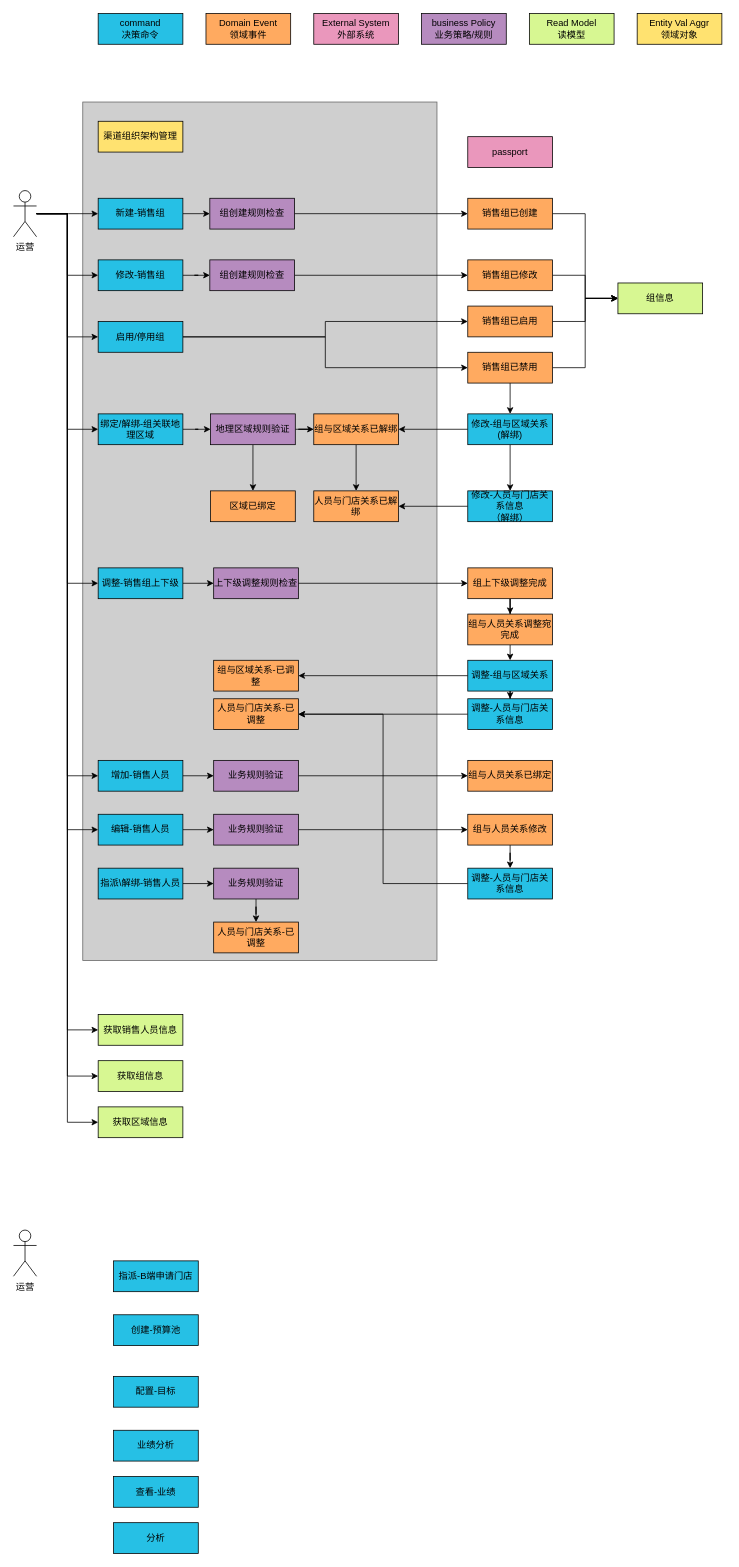
shixiaoding/draw keeps this draw.io diagram as 渠道-事件风暴_副本1.drawio. Above is the earlier version. Source tidied: cells renumbered, new cells numbered last; positions are measured from the earlier drawing's top-left corner, leaving out a move shared by most shapes. Both pictures are drawn from the tidied source at 77%, with x=0, y=0 at pixel (13, 13).
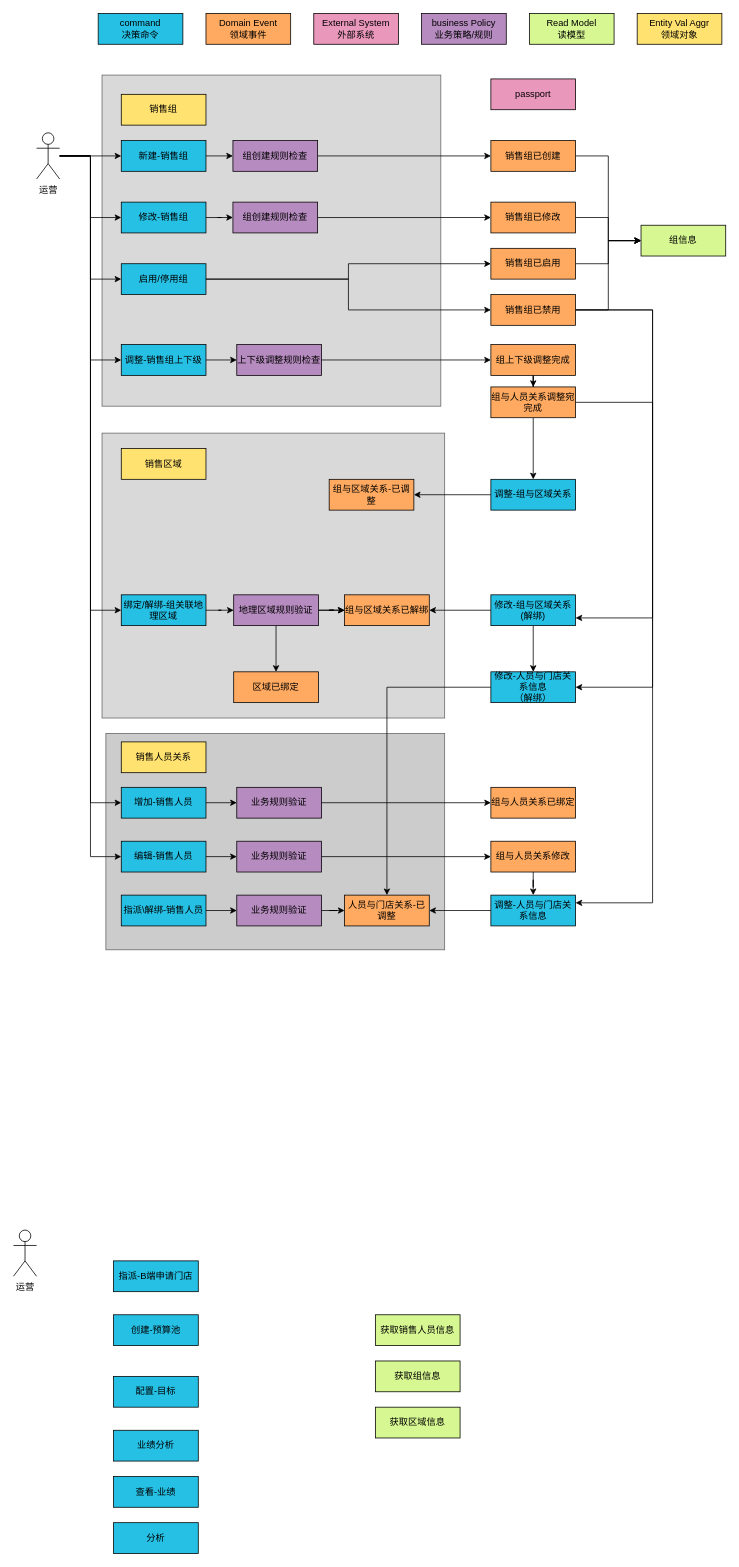
The same page after the edit.

Commit message:
更新渠道-事件风暴_副本1.drawio

What changed in the source:
```diff
@@
-    <mxCell id="2" style="rounded=0;whiteSpace=wrap;html=1;fillColor=#CFCFCF;fontColor=#333333;strokeColor=#666666;" parent="1" vertex="1">
-      <mxGeometry x="90" y="115" width="460" height="1115" as="geometry" />
-    </mxCell>
+    <mxCell id="100" style="rounded=0;whiteSpace=wrap;html=1;fillColor=#D9D9D9;fontColor=#333333;strokeColor=#666666;" parent="1" vertex="1">
+      <mxGeometry x="115" y="545" width="445" height="370" as="geometry" />
+    </mxCell>
+    <mxCell id="101" style="rounded=0;whiteSpace=wrap;html=1;fillColor=#D9D9D9;fontColor=#333333;strokeColor=#666666;" parent="1" vertex="1">
+      <mxGeometry x="115" y="80" width="440" height="430" as="geometry" />
+    </mxCell>
+    <mxCell id="102" style="rounded=0;whiteSpace=wrap;html=1;fillColor=#CCCCCC;fontColor=#333333;strokeColor=#666666;" parent="1" vertex="1">
+      <mxGeometry x="120" y="935" width="440" height="281" as="geometry" />
+    </mxCell>
@@
-    <mxCell id="16" style="edgeStyle=orthogonalEdgeStyle;rounded=0;jettySize=auto;html=1;entryX=0;entryY=0.5;entryDx=0;entryDy=0;" parent="1" edge="1" source="19" target="89">
-      <mxGeometry relative="1" as="geometry" />
-    </mxCell>
-    <mxCell id="17" style="edgeStyle=orthogonalEdgeStyle;rounded=0;jettySize=auto;html=1;entryX=0;entryY=0.5;entryDx=0;entryDy=0;" parent="1" edge="1" source="19" target="90">
-      <mxGeometry relative="1" as="geometry" />
-    </mxCell>
-    <mxCell id="18" style="edgeStyle=orthogonalEdgeStyle;rounded=0;jettySize=auto;html=1;entryX=0;entryY=0.5;entryDx=0;entryDy=0;" parent="1" edge="1" source="19" target="91">
-      <mxGeometry relative="1" as="geometry" />
-    </mxCell>
     <mxCell id="19" value="运营" style="shape=umlActor;verticalLabelPosition=bottom;verticalAlign=top;html=1;outlineConnect=0;" parent="1" vertex="1">
-      <mxGeometry y="230" width="30" height="60" as="geometry" />
+      <mxGeometry x="30" y="155" width="30" height="60" as="geometry" />
     </mxCell>
@@
     <mxCell id="21" value="新建-销售组" style="rounded=0;whiteSpace=wrap;html=1;fillColor=#26C0E5;" parent="1" vertex="1">
-      <mxGeometry x="110" y="240" width="110" height="40" as="geometry" />
+      <mxGeometry x="140" y="165" width="110" height="40" as="geometry" />
     </mxCell>
@@
     <mxCell id="23" value="修改-销售组" style="rounded=0;whiteSpace=wrap;html=1;fillColor=#26C0E5;" parent="1" vertex="1">
-      <mxGeometry x="110" y="320" width="110" height="40" as="geometry" />
+      <mxGeometry x="140" y="245" width="110" height="40" as="geometry" />
     </mxCell>
@@
     <mxCell id="25" value="绑定/解绑-组关联地理区域" style="rounded=0;whiteSpace=wrap;html=1;fillColor=#26C0E5;" parent="1" vertex="1">
-      <mxGeometry x="110" y="520" width="110" height="40" as="geometry" />
+      <mxGeometry x="140" y="755" width="110" height="40" as="geometry" />
     </mxCell>
@@
     <mxCell id="27" value="增加-销售人员" style="rounded=0;whiteSpace=wrap;html=1;fillColor=#26C0E5;" parent="1" vertex="1">
-      <mxGeometry x="110" y="970" width="110" height="40" as="geometry" />
+      <mxGeometry x="140" y="1005" width="110" height="40" as="geometry" />
     </mxCell>
@@
     <mxCell id="29" value="passport" style="rounded=0;whiteSpace=wrap;html=1;fillColor=#EA97BC;" parent="1" vertex="1">
-      <mxGeometry x="590" y="160" width="110" height="40" as="geometry" />
+      <mxGeometry x="620" y="85" width="110" height="40" as="geometry" />
     </mxCell>
@@
     <mxCell id="31" value="销售组已创建" style="rounded=0;whiteSpace=wrap;html=1;fillColor=#FFAA60;" parent="1" vertex="1">
-      <mxGeometry x="590" y="240" width="110" height="40" as="geometry" />
+      <mxGeometry x="620" y="165" width="110" height="40" as="geometry" />
     </mxCell>
@@
     <mxCell id="37" value="组创建规则检查" style="rounded=0;whiteSpace=wrap;html=1;fillColor=#B68BBF;" parent="1" vertex="1">
-      <mxGeometry x="255" y="240" width="110" height="40" as="geometry" />
+      <mxGeometry x="285" y="165" width="110" height="40" as="geometry" />
     </mxCell>
     <mxCell id="38" value="组信息" style="rounded=0;whiteSpace=wrap;html=1;fillColor=#D7F792;" parent="1" vertex="1">
-      <mxGeometry x="785" y="350" width="110" height="40" as="geometry" />
+      <mxGeometry x="815" y="275" width="110" height="40" as="geometry" />
     </mxCell>
@@
     <mxCell id="40" value="组创建规则检查" style="rounded=0;whiteSpace=wrap;html=1;fillColor=#B68BBF;" parent="1" vertex="1">
-      <mxGeometry x="255" y="320" width="110" height="40" as="geometry" />
+      <mxGeometry x="285" y="245" width="110" height="40" as="geometry" />
     </mxCell>
@@
     <mxCell id="42" value="销售组已启用" style="rounded=0;whiteSpace=wrap;html=1;fillColor=#FFAA60;" parent="1" vertex="1">
-      <mxGeometry x="590" y="380" width="110" height="40" as="geometry" />
+      <mxGeometry x="620" y="305" width="110" height="40" as="geometry" />
     </mxCell>
@@
-    <mxCell id="44" style="edgeStyle=orthogonalEdgeStyle;rounded=0;jettySize=auto;html=1;" parent="1" edge="1" source="45" target="84">
-      <mxGeometry relative="1" as="geometry" />
+    <mxCell id="44" style="edgeStyle=orthogonalEdgeStyle;rounded=0;jettySize=auto;html=1;entryX=1;entryY=0.75;entryDx=0;entryDy=0;" parent="1" edge="1" source="45" target="84">
+      <mxGeometry relative="1" as="geometry">
+        <Array as="points">
+          <mxPoint x="830" y="385" />
+          <mxPoint x="830" y="785" />
+        </Array>
+      </mxGeometry>
     </mxCell>
+    <mxCell id="103" style="edgeStyle=orthogonalEdgeStyle;rounded=0;jettySize=auto;html=1;entryX=1;entryY=0.5;entryDx=0;entryDy=0;" parent="1" edge="1" source="45" target="86">
+      <mxGeometry relative="1" as="geometry">
+        <Array as="points">
+          <mxPoint x="830" y="385" />
+          <mxPoint x="830" y="875" />
+        </Array>
+      </mxGeometry>
+    </mxCell>
     <mxCell id="45" value="销售组已禁用" style="rounded=0;whiteSpace=wrap;html=1;fillColor=#FFAA60;" parent="1" vertex="1">
-      <mxGeometry x="590" y="440" width="110" height="40" as="geometry" />
+      <mxGeometry x="620" y="365" width="110" height="40" as="geometry" />
     </mxCell>
@@
     <mxCell id="48" value="启用/停用组" style="rounded=0;whiteSpace=wrap;html=1;fillColor=#26C0E5;" parent="1" vertex="1">
-      <mxGeometry x="110" y="400" width="110" height="40" as="geometry" />
+      <mxGeometry x="140" y="325" width="110" height="40" as="geometry" />
     </mxCell>
@@
     <mxCell id="50" value="销售组已修改" style="rounded=0;whiteSpace=wrap;html=1;fillColor=#FFAA60;" parent="1" vertex="1">
-      <mxGeometry x="590" y="320" width="110" height="40" as="geometry" />
+      <mxGeometry x="620" y="245" width="110" height="40" as="geometry" />
     </mxCell>
-    <mxCell id="51" style="edgeStyle=orthogonalEdgeStyle;rounded=0;jettySize=auto;html=1;" parent="1" edge="1" source="53" target="66">
-      <mxGeometry relative="1" as="geometry" />
+    <mxCell id="51" style="edgeStyle=orthogonalEdgeStyle;rounded=0;jettySize=auto;html=1;entryX=1;entryY=0.25;entryDx=0;entryDy=0;exitX=1;exitY=0.5;exitDx=0;exitDy=0;" parent="1" edge="1" source="59" target="74">
+      <mxGeometry relative="1" as="geometry">
+        <Array as="points">
+          <mxPoint x="830" y="505" />
+          <mxPoint x="830" y="1155" />
+        </Array>
+      </mxGeometry>
     </mxCell>
@@
     <mxCell id="53" value="调整-组与区域关系" style="rounded=0;whiteSpace=wrap;html=1;fillColor=#26C0E5;" parent="1" vertex="1">
-      <mxGeometry x="590" y="840" width="110" height="40" as="geometry" />
+      <mxGeometry x="620" y="605" width="110" height="40" as="geometry" />
     </mxCell>
@@
     <mxCell id="55" value="上下级调整规则检查" style="rounded=0;whiteSpace=wrap;html=1;fillColor=#B68BBF;" parent="1" vertex="1">
-      <mxGeometry x="260" y="720" width="110" height="40" as="geometry" />
+      <mxGeometry x="290" y="430" width="110" height="40" as="geometry" />
     </mxCell>
@@
-    <mxCell id="57" value="组上下级调整完成" style="rounded=0;whiteSpace=wrap;html=1;fillColor=#FFAA60;" parent="1" vertex="1">
-      <mxGeometry x="590" y="720" width="110" height="40" as="geometry" />
-    </mxCell>
@@
     <mxCell id="59" value="组与人员关系调整宛完成" style="rounded=0;whiteSpace=wrap;html=1;fillColor=#FFAA60;" parent="1" vertex="1">
-      <mxGeometry x="590" y="780" width="110" height="40" as="geometry" />
+      <mxGeometry x="620" y="485" width="110" height="40" as="geometry" />
     </mxCell>
     <mxCell id="60" value="组与区域关系-已调整" style="rounded=0;whiteSpace=wrap;html=1;fillColor=#FFAA60;" parent="1" vertex="1">
-      <mxGeometry x="260" y="840" width="110" height="40" as="geometry" />
+      <mxGeometry x="410" y="605" width="110" height="40" as="geometry" />
     </mxCell>
@@
+    <mxCell id="104" style="edgeStyle=orthogonalEdgeStyle;rounded=0;jettySize=auto;html=1;" parent="1" edge="1" source="63" target="69">
+      <mxGeometry relative="1" as="geometry" />
+    </mxCell>
     <mxCell id="63" value="地理区域规则验证" style="rounded=0;whiteSpace=wrap;html=1;fillColor=#B68BBF;" parent="1" vertex="1">
-      <mxGeometry x="256" y="520" width="110" height="40" as="geometry" />
+      <mxGeometry x="286" y="755" width="110" height="40" as="geometry" />
     </mxCell>
     <mxCell id="64" value="区域已绑定" style="rounded=0;whiteSpace=wrap;html=1;fillColor=#FFAA60;" parent="1" vertex="1">
-      <mxGeometry x="256" y="620" width="110" height="40" as="geometry" />
+      <mxGeometry x="286" y="855" width="110" height="40" as="geometry" />
     </mxCell>
-    <mxCell id="65" style="edgeStyle=orthogonalEdgeStyle;rounded=0;jettySize=auto;html=1;entryX=1;entryY=0.5;entryDx=0;entryDy=0;" parent="1" edge="1" source="66" target="67">
-      <mxGeometry relative="1" as="geometry" />
-    </mxCell>
-    <mxCell id="66" value="调整-人员与门店关系信息" style="rounded=0;whiteSpace=wrap;html=1;fillColor=#26C0E5;" parent="1" vertex="1">
-      <mxGeometry x="590" y="890" width="110" height="40" as="geometry" />
-    </mxCell>
-    <mxCell id="67" value="人员与门店关系-已调整" style="rounded=0;whiteSpace=wrap;html=1;fillColor=#FFAA60;" parent="1" vertex="1">
-      <mxGeometry x="260" y="890" width="110" height="40" as="geometry" />
-    </mxCell>
-    <mxCell id="68" style="edgeStyle=orthogonalEdgeStyle;rounded=0;jettySize=auto;html=1;" parent="1" edge="1" source="69" target="70">
-      <mxGeometry relative="1" as="geometry" />
-    </mxCell>
     <mxCell id="69" value="组与区域关系已解绑" style="rounded=0;whiteSpace=wrap;html=1;fillColor=#FFAA60;" parent="1" vertex="1">
-      <mxGeometry x="390" y="520" width="110" height="40" as="geometry" />
+      <mxGeometry x="430" y="755" width="110" height="40" as="geometry" />
     </mxCell>
-    <mxCell id="70" value="人员与门店关系已解绑" style="rounded=0;whiteSpace=wrap;html=1;fillColor=#FFAA60;" parent="1" vertex="1">
-      <mxGeometry x="390" y="620" width="110" height="40" as="geometry" />
-    </mxCell>
@@
     <mxCell id="72" value="业务规则验证" style="rounded=0;whiteSpace=wrap;html=1;fillColor=#B68BBF;" parent="1" vertex="1">
-      <mxGeometry x="260" y="970" width="110" height="40" as="geometry" />
+      <mxGeometry x="290" y="1005" width="110" height="40" as="geometry" />
     </mxCell>
-    <mxCell id="73" style="edgeStyle=orthogonalEdgeStyle;rounded=0;jettySize=auto;html=1;entryX=1;entryY=0.5;entryDx=0;entryDy=0;" parent="1" edge="1" source="74" target="67">
-      <mxGeometry relative="1" as="geometry" />
-    </mxCell>
+    <mxCell id="105" style="edgeStyle=orthogonalEdgeStyle;rounded=0;jettySize=auto;html=1;entryX=1;entryY=0.5;entryDx=0;entryDy=0;" parent="1" edge="1" source="74" target="97">
+      <mxGeometry relative="1" as="geometry" />
+    </mxCell>
     <mxCell id="74" value="调整-人员与门店关系信息" style="rounded=0;whiteSpace=wrap;html=1;fillColor=#26C0E5;" parent="1" vertex="1">
-      <mxGeometry x="590" y="1110" width="110" height="40" as="geometry" />
+      <mxGeometry x="620" y="1145" width="110" height="40" as="geometry" />
     </mxCell>
     <mxCell id="75" value="组与人员关系已绑定" style="rounded=0;whiteSpace=wrap;html=1;fillColor=#FFAA60;" parent="1" vertex="1">
-      <mxGeometry x="590" y="970" width="110" height="40" as="geometry" />
+      <mxGeometry x="620" y="1005" width="110" height="40" as="geometry" />
     </mxCell>
@@
     <mxCell id="77" value="编辑-销售人员" style="rounded=0;whiteSpace=wrap;html=1;fillColor=#26C0E5;" parent="1" vertex="1">
-      <mxGeometry x="110" y="1040" width="110" height="40" as="geometry" />
+      <mxGeometry x="140" y="1075" width="110" height="40" as="geometry" />
     </mxCell>
@@
     <mxCell id="79" value="业务规则验证" style="rounded=0;whiteSpace=wrap;html=1;fillColor=#B68BBF;" parent="1" vertex="1">
-      <mxGeometry x="260" y="1040" width="110" height="40" as="geometry" />
+      <mxGeometry x="290" y="1075" width="110" height="40" as="geometry" />
     </mxCell>
@@
     <mxCell id="81" value="组与人员关系修改" style="rounded=0;whiteSpace=wrap;html=1;fillColor=#FFAA60;" parent="1" vertex="1">
-      <mxGeometry x="590" y="1040" width="110" height="40" as="geometry" />
+      <mxGeometry x="620" y="1075" width="110" height="40" as="geometry" />
     </mxCell>
@@
     <mxCell id="84" value="修改-组与区域关系(解绑)" style="rounded=0;whiteSpace=wrap;html=1;fillColor=#26C0E5;" parent="1" vertex="1">
-      <mxGeometry x="590" y="520" width="110" height="40" as="geometry" />
+      <mxGeometry x="620" y="755" width="110" height="40" as="geometry" />
     </mxCell>
-    <mxCell id="85" style="edgeStyle=orthogonalEdgeStyle;rounded=0;jettySize=auto;html=1;entryX=1;entryY=0.5;entryDx=0;entryDy=0;" parent="1" edge="1" source="86" target="70">
+    <mxCell id="85" style="edgeStyle=orthogonalEdgeStyle;rounded=0;jettySize=auto;html=1;entryX=0.5;entryY=0;entryDx=0;entryDy=0;" parent="1" edge="1" source="86" target="97">
       <mxGeometry relative="1" as="geometry" />
     </mxCell>
     <mxCell id="86" value="修改-人员与门店关系信息&lt;div&gt;（解绑）&lt;/div&gt;" style="rounded=0;whiteSpace=wrap;html=1;fillColor=#26C0E5;" parent="1" vertex="1">
-      <mxGeometry x="590" y="620" width="110" height="40" as="geometry" />
+      <mxGeometry x="620" y="855" width="110" height="40" as="geometry" />
     </mxCell>
@@
     <mxCell id="88" value="调整-销售组上下级" style="rounded=0;whiteSpace=wrap;html=1;fillColor=#26C0E5;" parent="1" vertex="1">
-      <mxGeometry x="110" y="720" width="110" height="40" as="geometry" />
+      <mxGeometry x="140" y="430" width="110" height="40" as="geometry" />
     </mxCell>
     <mxCell id="89" value="获取销售人员信息" style="rounded=0;whiteSpace=wrap;html=1;fillColor=#D7F792;" parent="1" vertex="1">
-      <mxGeometry x="110" y="1300" width="110" height="40" as="geometry" />
+      <mxGeometry x="470" y="1690" width="110" height="40" as="geometry" />
     </mxCell>
     <mxCell id="90" value="获取组信息" style="rounded=0;whiteSpace=wrap;html=1;fillColor=#D7F792;" parent="1" vertex="1">
-      <mxGeometry x="110" y="1360" width="110" height="40" as="geometry" />
+      <mxGeometry x="470" y="1750" width="110" height="40" as="geometry" />
     </mxCell>
     <mxCell id="91" value="获取区域信息" style="rounded=0;whiteSpace=wrap;html=1;fillColor=#D7F792;" parent="1" vertex="1">
-      <mxGeometry x="110" y="1420" width="110" height="40" as="geometry" />
+      <mxGeometry x="470" y="1810" width="110" height="40" as="geometry" />
     </mxCell>
-    <mxCell id="92" value="渠道组织架构管理" style="rounded=0;whiteSpace=wrap;html=1;fillColor=#FFE270;" parent="1" vertex="1">
-      <mxGeometry x="110" y="140" width="110" height="40" as="geometry" />
+    <mxCell id="92" value="销售组" style="rounded=0;whiteSpace=wrap;html=1;fillColor=#FFE270;" parent="1" vertex="1">
+      <mxGeometry x="140" y="105" width="110" height="40" as="geometry" />
     </mxCell>
@@
     <mxCell id="94" value="指派\解绑-销售人员" style="rounded=0;whiteSpace=wrap;html=1;fillColor=#26C0E5;" parent="1" vertex="1">
-      <mxGeometry x="110" y="1110" width="110" height="40" as="geometry" />
+      <mxGeometry x="140" y="1145" width="110" height="40" as="geometry" />
     </mxCell>
@@
     <mxCell id="96" value="业务规则验证" style="rounded=0;whiteSpace=wrap;html=1;fillColor=#B68BBF;" parent="1" vertex="1">
-      <mxGeometry x="260" y="1110" width="110" height="40" as="geometry" />
+      <mxGeometry x="290" y="1145" width="110" height="40" as="geometry" />
     </mxCell>
     <mxCell id="97" value="人员与门店关系-已调整" style="rounded=0;whiteSpace=wrap;html=1;fillColor=#FFAA60;" parent="1" vertex="1">
-      <mxGeometry x="260" y="1180" width="110" height="40" as="geometry" />
+      <mxGeometry x="430" y="1145" width="110" height="40" as="geometry" />
     </mxCell>
@@
+    <mxCell id="106" value="销售人员关系" style="rounded=0;whiteSpace=wrap;html=1;fillColor=#FFE270;" parent="1" vertex="1">
+      <mxGeometry x="140" y="946" width="110" height="40" as="geometry" />
+    </mxCell>
+    <mxCell id="57" value="组上下级调整完成" style="rounded=0;whiteSpace=wrap;html=1;fillColor=#FFAA60;" parent="1" vertex="1">
+      <mxGeometry x="620" y="430" width="110" height="40" as="geometry" />
+    </mxCell>
+    <mxCell id="107" value="销售区域" style="rounded=0;whiteSpace=wrap;html=1;fillColor=#FFE270;" parent="1" vertex="1">
+      <mxGeometry x="140" y="565" width="110" height="40" as="geometry" />
+    </mxCell>
```
